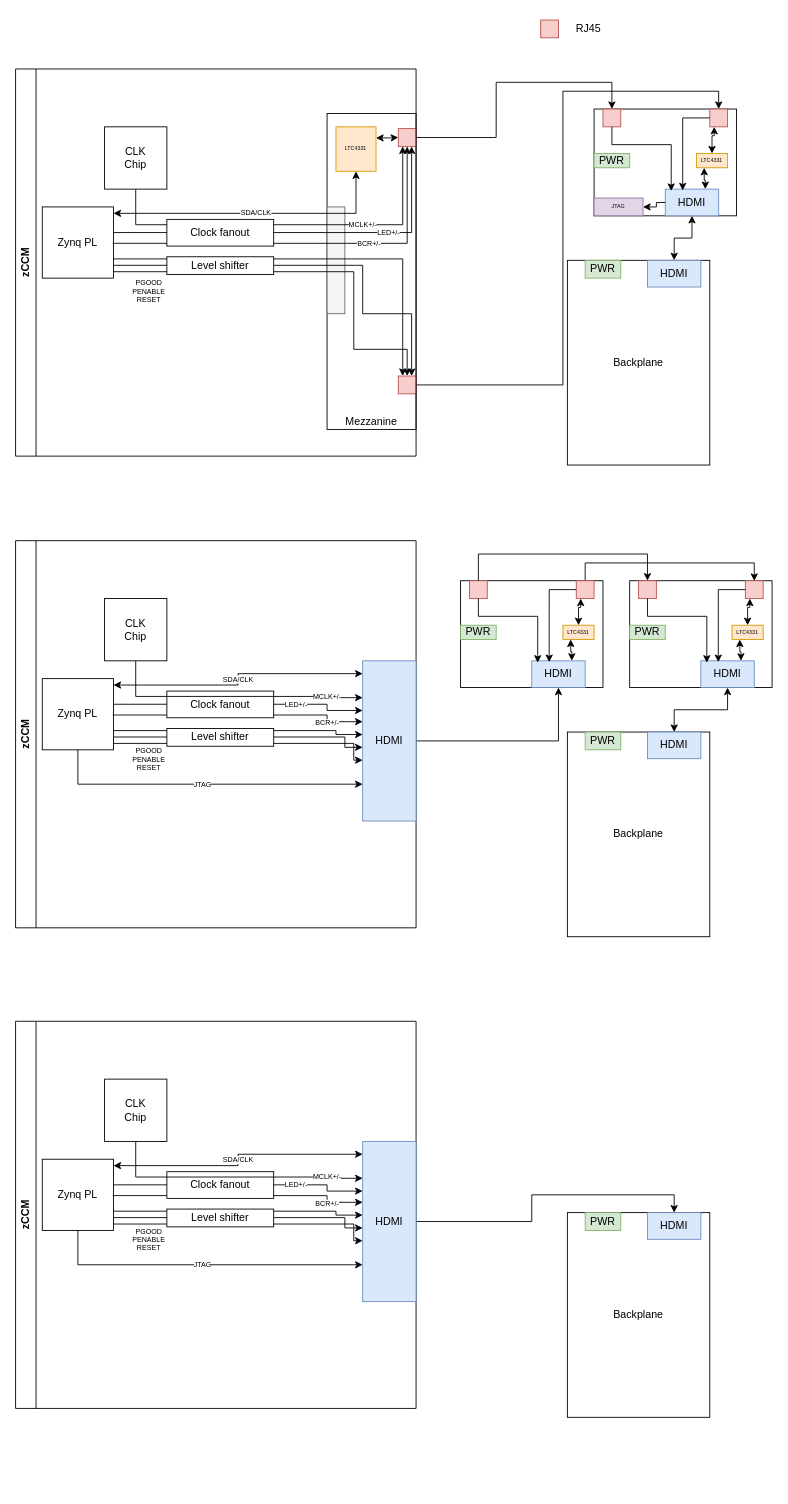
awhitbeck/drawio keeps this draw.io diagram as LDMX_TS_I2C_patch.drawio. Above is the earlier version. Source tidied: cells renumbered, new cells numbered last; positions are measured from the earlier drawing's top-left corner, leaving out a move shared by most shapes. Both pictures are drawn from the tidied source at 89%, with x=0, y=0 at pixel (15, 15).
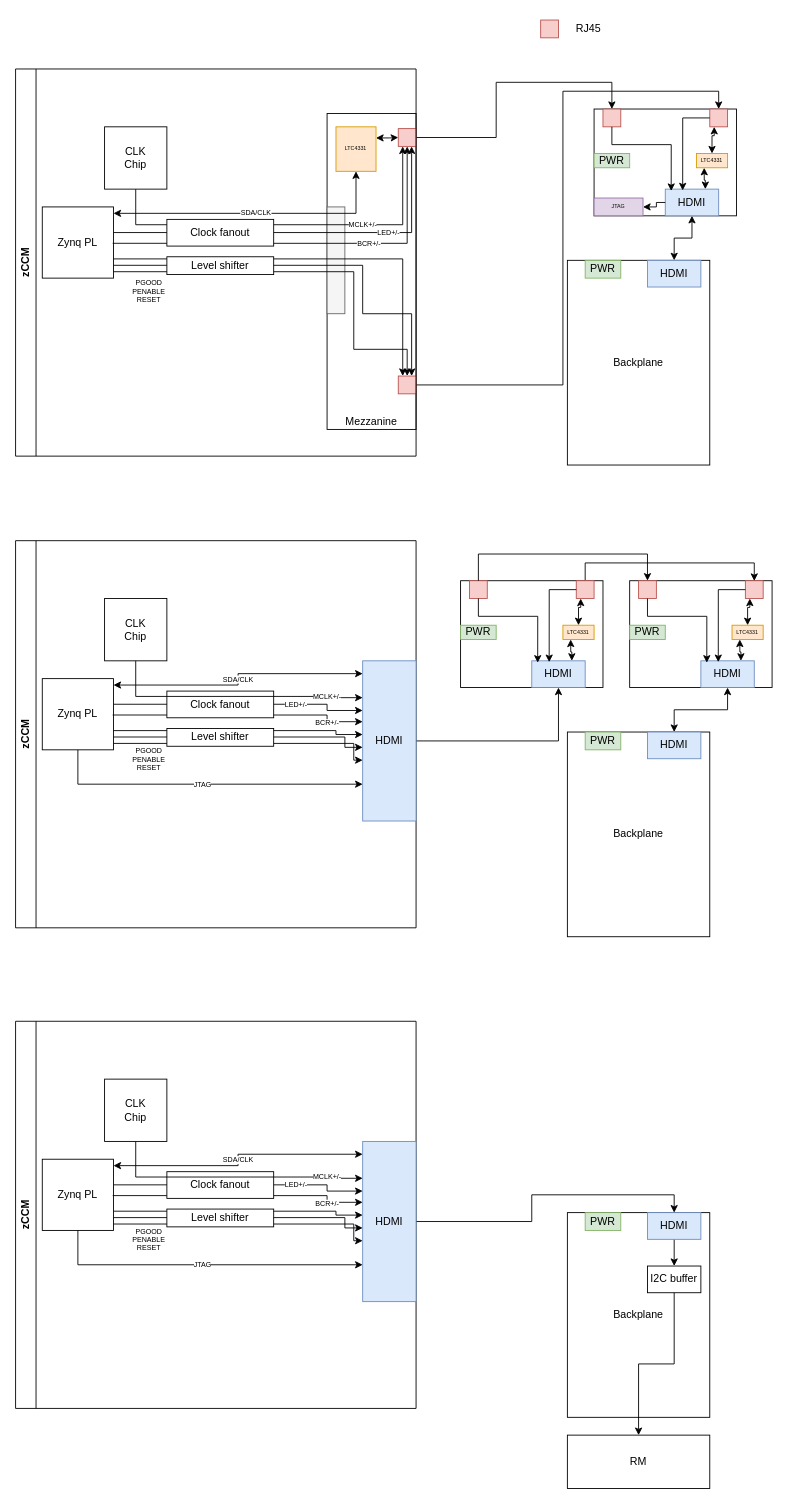
The same page after the edit.

The change refers to these unchanged cells:
```xml
<mxCell id="45" style="group;" parent="1" vertex="1">
  <mxGeometry x="620" y="1345" width="160" height="230" as="geometry" />
</mxCell>
<mxCell id="47" value="HDMI" style="rounded=0;whiteSpace=wrap;html=1;fillColor=#dae8fc;strokeColor=#6c8ebf;" parent="45" vertex="1">
  <mxGeometry x="90" width="60" height="30" as="geometry" />
</mxCell>
```

Change to the diagram source:
```diff
@@
+    <mxCell id="112" style="edgeStyle=orthogonalEdgeStyle;rounded=0;jettySize=auto;html=1;exitX=0.5;exitY=1;exitDx=0;exitDy=0;entryX=0.5;entryY=0;entryDx=0;entryDy=0;" parent="45" edge="1" source="47" target="113">
+      <mxGeometry relative="1" as="geometry" />
+    </mxCell>
@@
+    <mxCell id="113" value="I2C buffer" style="rounded=0;whiteSpace=wrap;html=1;" parent="45" vertex="1">
+      <mxGeometry x="90" y="60" width="60" height="30" as="geometry" />
+    </mxCell>
@@
+    <mxCell id="114" value="RM" style="rounded=0;whiteSpace=wrap;html=1;" parent="1" vertex="1">
+      <mxGeometry x="620" y="1595" width="160" height="60" as="geometry" />
+    </mxCell>
+    <mxCell id="115" style="edgeStyle=orthogonalEdgeStyle;rounded=0;jettySize=auto;html=1;exitX=0.5;exitY=1;exitDx=0;exitDy=0;" parent="1" edge="1" source="113" target="114">
+      <mxGeometry relative="1" as="geometry" />
+    </mxCell>
```
